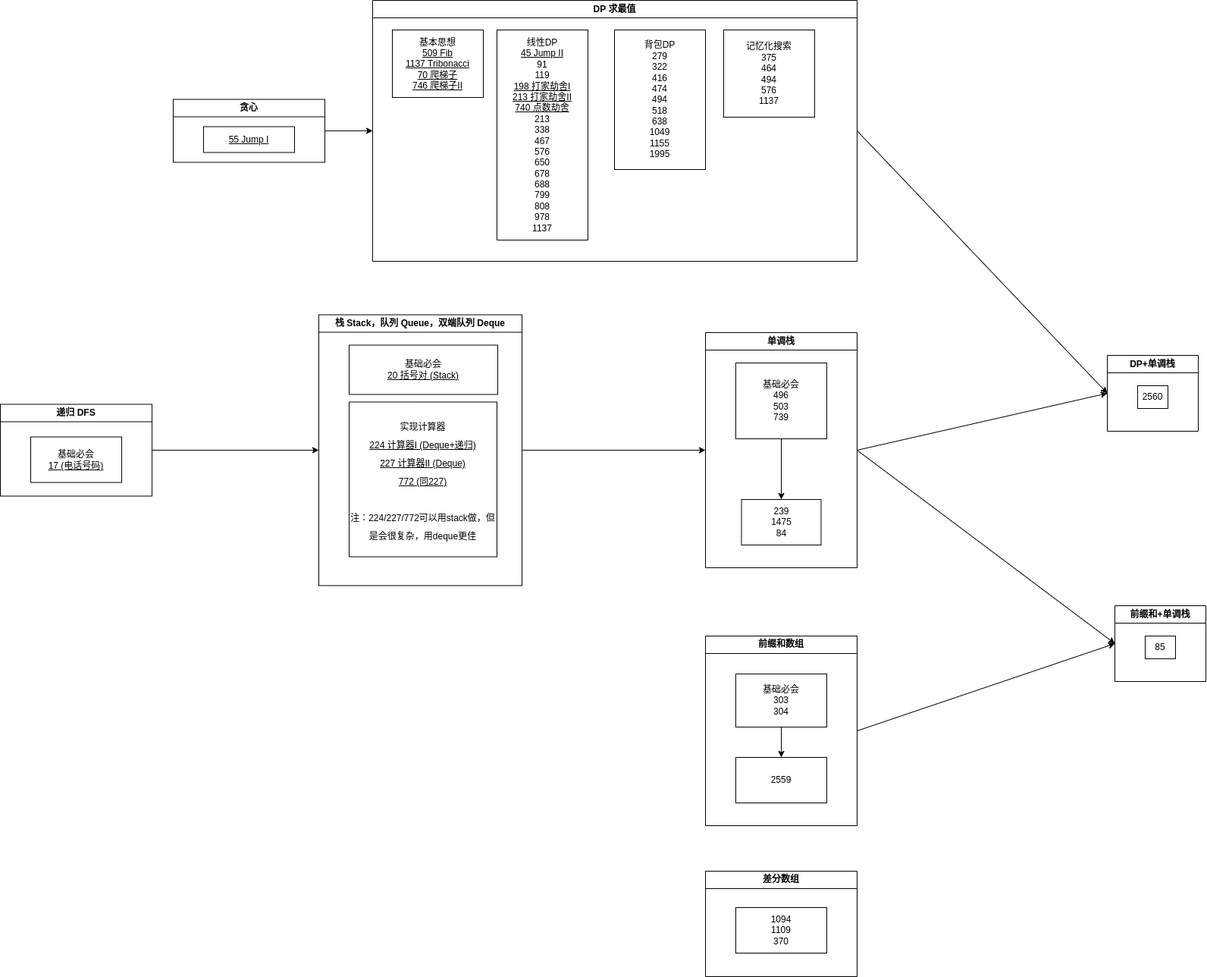
Before: drawio/map.drawio.png, a diagram exported from draw.io (jssonx/algo-playground). Source tidied: cells renumbered, new cells last; positions are measured from the earlier drawing's top-left corner, leaving out a move shared by most shapes. Its diagram source:
```xml
<mxGraphModel shadow="1">
  <root>
    <mxCell id="0" />
    <mxCell id="1" parent="0" />
    <mxCell id="2" style="edgeStyle=none;html=1;entryX=0;entryY=0.5;entryDx=0;entryDy=0;exitX=1;exitY=0.5;exitDx=0;exitDy=0;rounded=0;" parent="1" edge="1" source="3" target="11">
      <mxGeometry relative="1" as="geometry" />
    </mxCell>
    <mxCell id="3" value="前缀和数组" style="swimlane;whiteSpace=wrap;html=1;rounded=0;" parent="1" vertex="1">
      <mxGeometry x="930" y="838" width="200" height="250" as="geometry" />
    </mxCell>
    <mxCell id="4" style="edgeStyle=none;html=1;exitX=0.5;exitY=1;exitDx=0;exitDy=0;entryX=0.5;entryY=0;entryDx=0;entryDy=0;rounded=0;" parent="3" edge="1" source="5" target="6">
      <mxGeometry relative="1" as="geometry" />
    </mxCell>
    <mxCell id="5" value="基础必会&lt;br&gt;303&lt;br&gt;304" style="whiteSpace=wrap;html=1;rounded=0;" parent="3" vertex="1">
      <mxGeometry x="40" y="50" width="120" height="70" as="geometry" />
    </mxCell>
    <mxCell id="6" value="2559" style="whiteSpace=wrap;html=1;rounded=0;" parent="3" vertex="1">
      <mxGeometry x="40" y="160" width="120" height="60" as="geometry" />
    </mxCell>
    <mxCell id="7" value="单调栈" style="swimlane;whiteSpace=wrap;html=1;rounded=0;" parent="1" vertex="1">
      <mxGeometry x="930" y="438" width="200" height="310" as="geometry" />
    </mxCell>
    <mxCell id="8" value="239&lt;br&gt;1475&lt;br&gt;84" style="whiteSpace=wrap;html=1;rounded=0;" parent="7" vertex="1">
      <mxGeometry x="47.5" y="220" width="105" height="60" as="geometry" />
    </mxCell>
    <mxCell id="9" style="edgeStyle=none;html=1;exitX=0.5;exitY=1;exitDx=0;exitDy=0;entryX=0.5;entryY=0;entryDx=0;entryDy=0;rounded=0;" parent="7" edge="1" source="10" target="8">
      <mxGeometry relative="1" as="geometry" />
    </mxCell>
    <mxCell id="10" value="基础必会&lt;br&gt;496&lt;br&gt;503&lt;br&gt;739" style="whiteSpace=wrap;html=1;rounded=0;" parent="7" vertex="1">
      <mxGeometry x="40" y="40" width="120" height="100" as="geometry" />
    </mxCell>
    <mxCell id="11" value="前缀和+单调栈" style="swimlane;whiteSpace=wrap;html=1;rounded=0;" parent="1" vertex="1">
      <mxGeometry x="1470" y="798" width="120" height="100" as="geometry" />
    </mxCell>
    <mxCell id="12" value="85" style="whiteSpace=wrap;html=1;rounded=0;" parent="11" vertex="1">
      <mxGeometry x="40" y="40" width="40" height="30" as="geometry" />
    </mxCell>
    <mxCell id="13" style="endArrow=classic;html=1;exitX=1;exitY=0.5;exitDx=0;exitDy=0;entryX=0;entryY=0.5;entryDx=0;entryDy=0;rounded=0;" parent="1" edge="1" source="7" target="11">
      <mxGeometry relative="1" as="geometry" />
    </mxCell>
    <mxCell id="14" value="DP+单调栈" style="swimlane;whiteSpace=wrap;html=1;startSize=23;rounded=0;" parent="1" vertex="1">
      <mxGeometry x="1460" y="468" width="120" height="100" as="geometry" />
    </mxCell>
    <mxCell id="15" value="2560" style="whiteSpace=wrap;html=1;rounded=0;" parent="14" vertex="1">
      <mxGeometry x="40" y="40" width="40" height="30" as="geometry" />
    </mxCell>
    <mxCell id="16" style="endArrow=classic;html=1;exitX=1;exitY=0.5;exitDx=0;exitDy=0;entryX=0;entryY=0.5;entryDx=0;entryDy=0;rounded=0;" parent="1" edge="1" source="7" target="14">
      <mxGeometry relative="1" as="geometry" />
    </mxCell>
    <mxCell id="17" style="edgeStyle=none;html=1;exitX=1;exitY=0.5;exitDx=0;exitDy=0;entryX=0;entryY=0.5;entryDx=0;entryDy=0;rounded=0;" parent="1" edge="1" source="18" target="14">
      <mxGeometry relative="1" as="geometry" />
    </mxCell>
    <mxCell id="18" value="DP 求最值" style="swimlane;whiteSpace=wrap;html=1;rounded=0;" parent="1" vertex="1">
      <mxGeometry x="491" width="639" height="344" as="geometry" />
    </mxCell>
    <mxCell id="19" value="背包DP&lt;br&gt;279&lt;br&gt;322&lt;br&gt;416&lt;br&gt;474&lt;br&gt;494&lt;br&gt;518&lt;br&gt;638&lt;br&gt;1049&lt;br&gt;1155&lt;br&gt;1995&lt;br&gt;" style="whiteSpace=wrap;html=1;" parent="18" vertex="1">
      <mxGeometry x="319" y="39" width="120" height="184" as="geometry" />
    </mxCell>
    <mxCell id="20" value="记忆化搜索&lt;br&gt;375&lt;br&gt;464&lt;br&gt;494&lt;br&gt;576&lt;br&gt;1137" style="whiteSpace=wrap;html=1;" parent="18" vertex="1">
      <mxGeometry x="463" y="39" width="120" height="115" as="geometry" />
    </mxCell>
    <mxCell id="21" value="基本思想&lt;br&gt;&lt;u&gt;509 Fib&lt;br&gt;1137 Tribonacci&lt;br&gt;70 爬梯子&lt;br&gt;746 爬梯子II&lt;br&gt;&lt;/u&gt;" style="whiteSpace=wrap;html=1;" parent="18" vertex="1">
      <mxGeometry x="26" y="39" width="120" height="89" as="geometry" />
    </mxCell>
    <mxCell id="22" style="edgeStyle=none;html=1;exitX=1;exitY=0.5;exitDx=0;exitDy=0;entryX=0;entryY=0.5;entryDx=0;entryDy=0;rounded=0;" parent="1" edge="1" source="23" target="7">
      <mxGeometry relative="1" as="geometry" />
    </mxCell>
    <mxCell id="23" value="栈 Stack，队列 Queue，双端队列 Deque" style="swimlane;whiteSpace=wrap;html=1;rounded=0;" parent="1" vertex="1">
      <mxGeometry x="420" y="414.5" width="268" height="357" as="geometry" />
    </mxCell>
    <mxCell id="24" value="基础必会&lt;br&gt;&lt;u&gt;20 括号对 (Stack)&lt;/u&gt;" style="whiteSpace=wrap;html=1;rounded=0;" parent="23" vertex="1">
      <mxGeometry x="40" y="40" width="196" height="65" as="geometry" />
    </mxCell>
    <mxCell id="25" value="&lt;font style=&quot;font-size: 12px;&quot;&gt;&lt;font face=&quot;Helvetica&quot;&gt;实现计算器&lt;br&gt;&lt;u&gt;224 计算器I (Deque+递归)&lt;br&gt;227 计算器II (Deque)&lt;br&gt;772 (同227)&lt;/u&gt;&lt;br&gt;&lt;br&gt;注：224/227/772可以用stack做，但是会很复杂，用deque更佳&lt;/font&gt;&lt;br&gt;&lt;/font&gt;" style="whiteSpace=wrap;html=1;hachureGap=4;fontFamily=Architects Daughter;fontSource=https%3A%2F%2Ffonts.googleapis.com%2Fcss%3Ffamily%3DArchitects%2BDaughter;fontSize=20;" parent="23" vertex="1">
      <mxGeometry x="40" y="115" width="195" height="204" as="geometry" />
    </mxCell>
    <mxCell id="26" style="edgeStyle=none;html=1;exitX=1;exitY=0.5;exitDx=0;exitDy=0;entryX=0;entryY=0.5;entryDx=0;entryDy=0;fontFamily=Helvetica;" parent="1" edge="1" source="27" target="23">
      <mxGeometry relative="1" as="geometry" />
    </mxCell>
    <mxCell id="27" value="递归 DFS" style="swimlane;whiteSpace=wrap;html=1;fontFamily=Helvetica;" parent="1" vertex="1">
      <mxGeometry y="532.5" width="200" height="121" as="geometry" />
    </mxCell>
    <mxCell id="28" value="基础必会&lt;br&gt;&lt;u&gt;17 (电话号码)&lt;/u&gt;" style="whiteSpace=wrap;html=1;fontFamily=Helvetica;" parent="27" vertex="1">
      <mxGeometry x="40" y="43" width="120" height="60" as="geometry" />
    </mxCell>
    <mxCell id="29" value="差分数组" style="swimlane;whiteSpace=wrap;html=1;" parent="1" vertex="1">
      <mxGeometry x="930" y="1148" width="200" height="139" as="geometry" />
    </mxCell>
    <mxCell id="30" value="1094&lt;br&gt;1109&lt;br&gt;370" style="whiteSpace=wrap;html=1;" parent="29" vertex="1">
      <mxGeometry x="40" y="48" width="120" height="60" as="geometry" />
    </mxCell>
    <mxCell id="31" value="线性DP&lt;br&gt;&lt;u&gt;45 Jump II&lt;br&gt;&lt;/u&gt;91&lt;br&gt;119&lt;br&gt;&lt;u&gt;198 打家劫舍I&lt;br&gt;213 打家劫舍II&lt;br&gt;&lt;/u&gt;&lt;u&gt;740 点数劫舍&lt;/u&gt;&lt;br&gt;213&lt;br&gt;338&lt;br&gt;467&lt;br&gt;576&lt;br&gt;650&lt;br&gt;678&lt;br&gt;688&lt;br&gt;799&lt;br&gt;808&lt;br&gt;978&lt;br&gt;1137" style="whiteSpace=wrap;html=1;" parent="1" vertex="1">
      <mxGeometry x="655" y="39" width="120" height="277" as="geometry" />
    </mxCell>
    <mxCell id="32" style="edgeStyle=none;html=1;exitX=1;exitY=0.5;exitDx=0;exitDy=0;entryX=0;entryY=0.5;entryDx=0;entryDy=0;" parent="1" edge="1" source="33" target="18">
      <mxGeometry relative="1" as="geometry" />
    </mxCell>
    <mxCell id="33" value="贪心" style="swimlane;whiteSpace=wrap;html=1;" parent="1" vertex="1">
      <mxGeometry x="228" y="130.5" width="200" height="83" as="geometry" />
    </mxCell>
    <mxCell id="34" value="&lt;u&gt;55 Jump I&lt;/u&gt;" style="whiteSpace=wrap;html=1;" parent="33" vertex="1">
      <mxGeometry x="40" y="36" width="120" height="34" as="geometry" />
    </mxCell>
  </root>
</mxGraphModel>
```
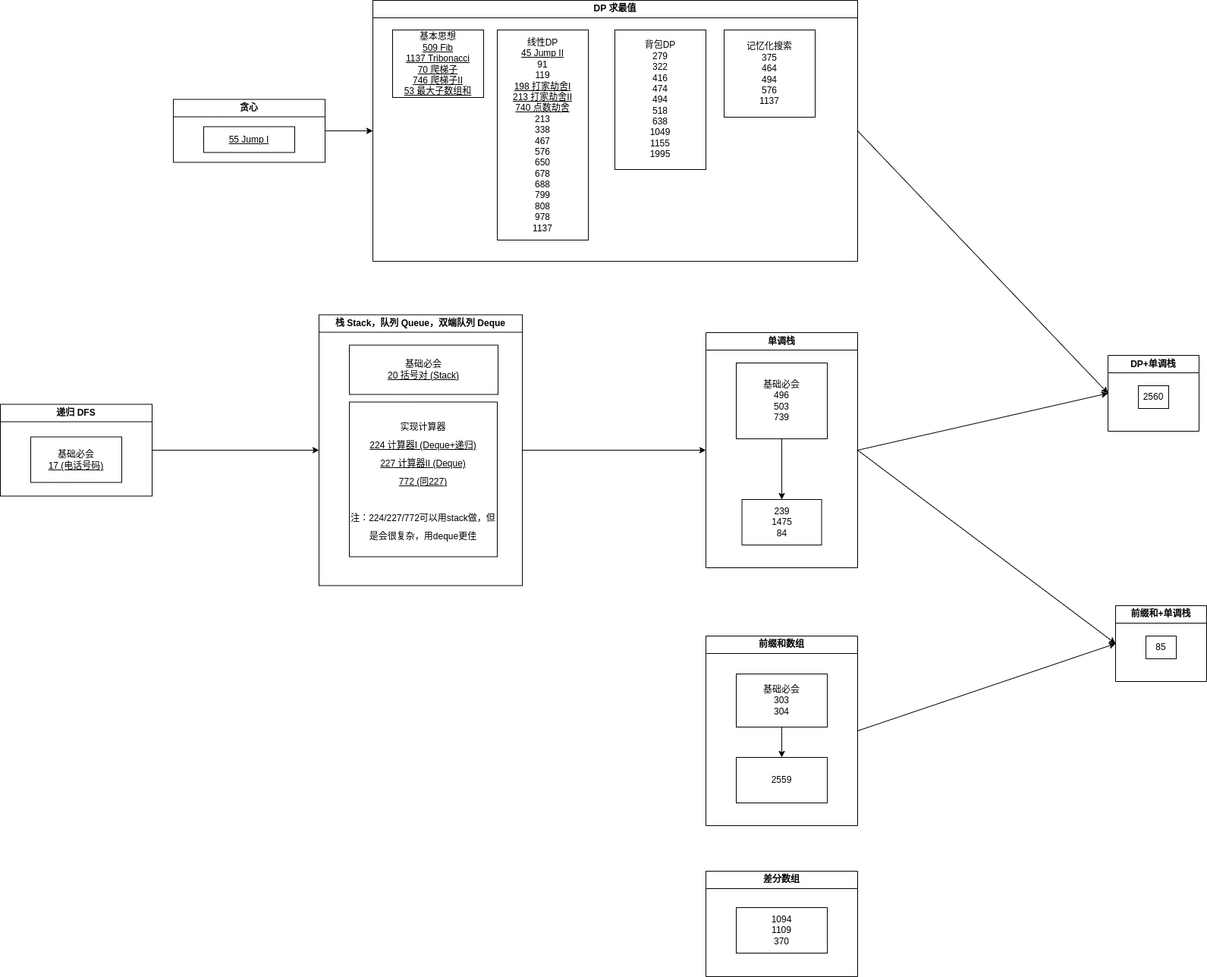
After the commit.

The edit, as a diff of the source:
```diff
@@ -59,7 +59,7 @@
     <mxCell id="20" value="记忆化搜索&lt;br&gt;375&lt;br&gt;464&lt;br&gt;494&lt;br&gt;576&lt;br&gt;1137" style="whiteSpace=wrap;html=1;" parent="18" vertex="1">
       <mxGeometry x="463" y="39" width="120" height="115" as="geometry" />
     </mxCell>
-    <mxCell id="21" value="基本思想&lt;br&gt;&lt;u&gt;509 Fib&lt;br&gt;1137 Tribonacci&lt;br&gt;70 爬梯子&lt;br&gt;746 爬梯子II&lt;br&gt;&lt;/u&gt;" style="whiteSpace=wrap;html=1;" parent="18" vertex="1">
+    <mxCell id="21" value="基本思想&lt;br&gt;&lt;u&gt;509 Fib&lt;br&gt;1137 Tribonacci&lt;br&gt;70 爬梯子&lt;br&gt;746 爬梯子II&lt;br&gt;53 最大子数组和&lt;br&gt;&lt;/u&gt;" style="whiteSpace=wrap;html=1;" parent="18" vertex="1">
       <mxGeometry x="26" y="39" width="120" height="89" as="geometry" />
     </mxCell>
     <mxCell id="22" style="edgeStyle=none;html=1;exitX=1;exitY=0.5;exitDx=0;exitDy=0;entryX=0;entryY=0.5;entryDx=0;entryDy=0;rounded=0;" parent="1" edge="1" source="23" target="7">
```
